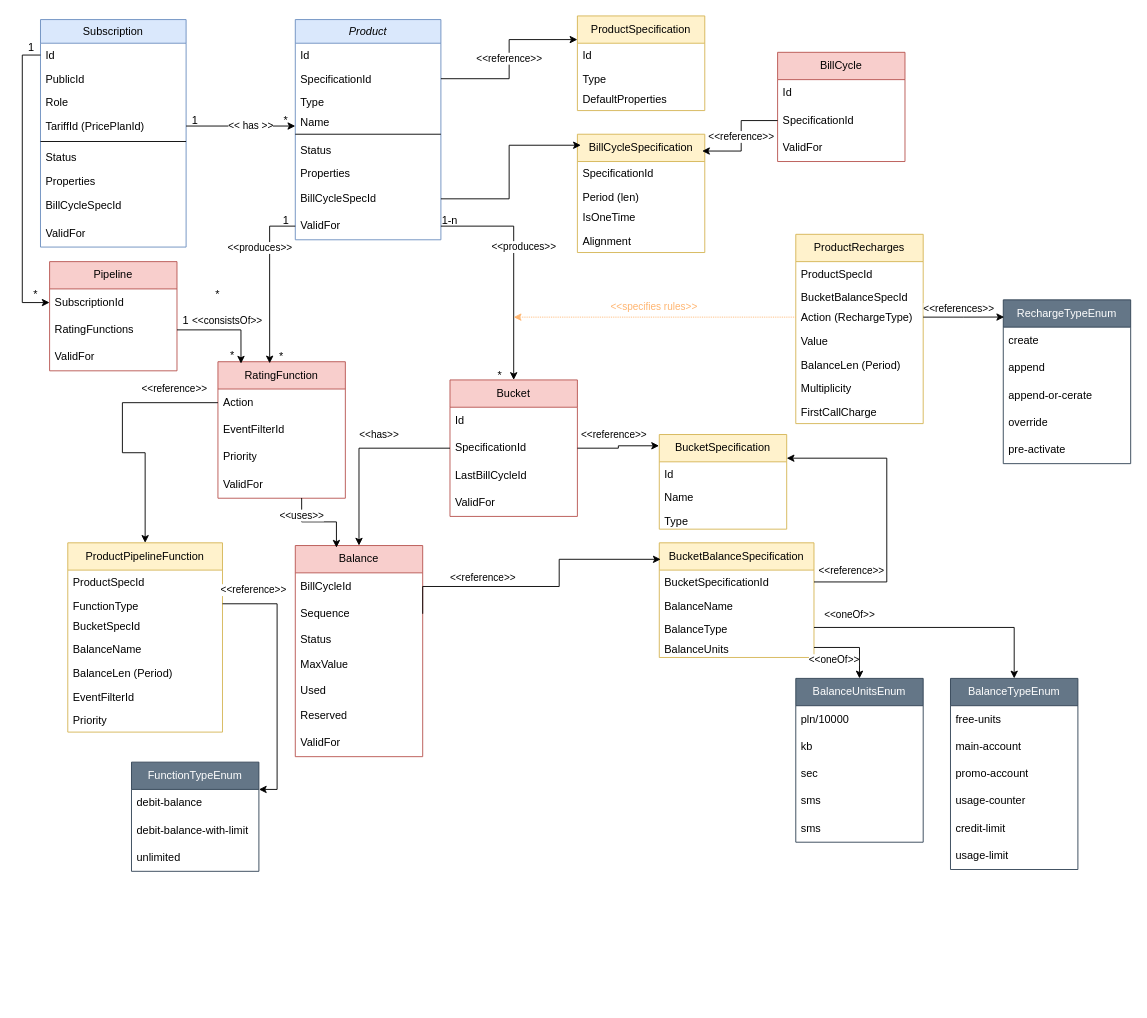
Above: ratemind/Resources.drawio in arturd2/diagrams (draw.io), before the change. Source tidied: cells renumbered, new cells numbered last; positions are measured from the earlier drawing's top-left corner, leaving out a move shared by most shapes. Both pictures are drawn from the tidied source at 91%, with x=0, y=0 at pixel (22, 15).
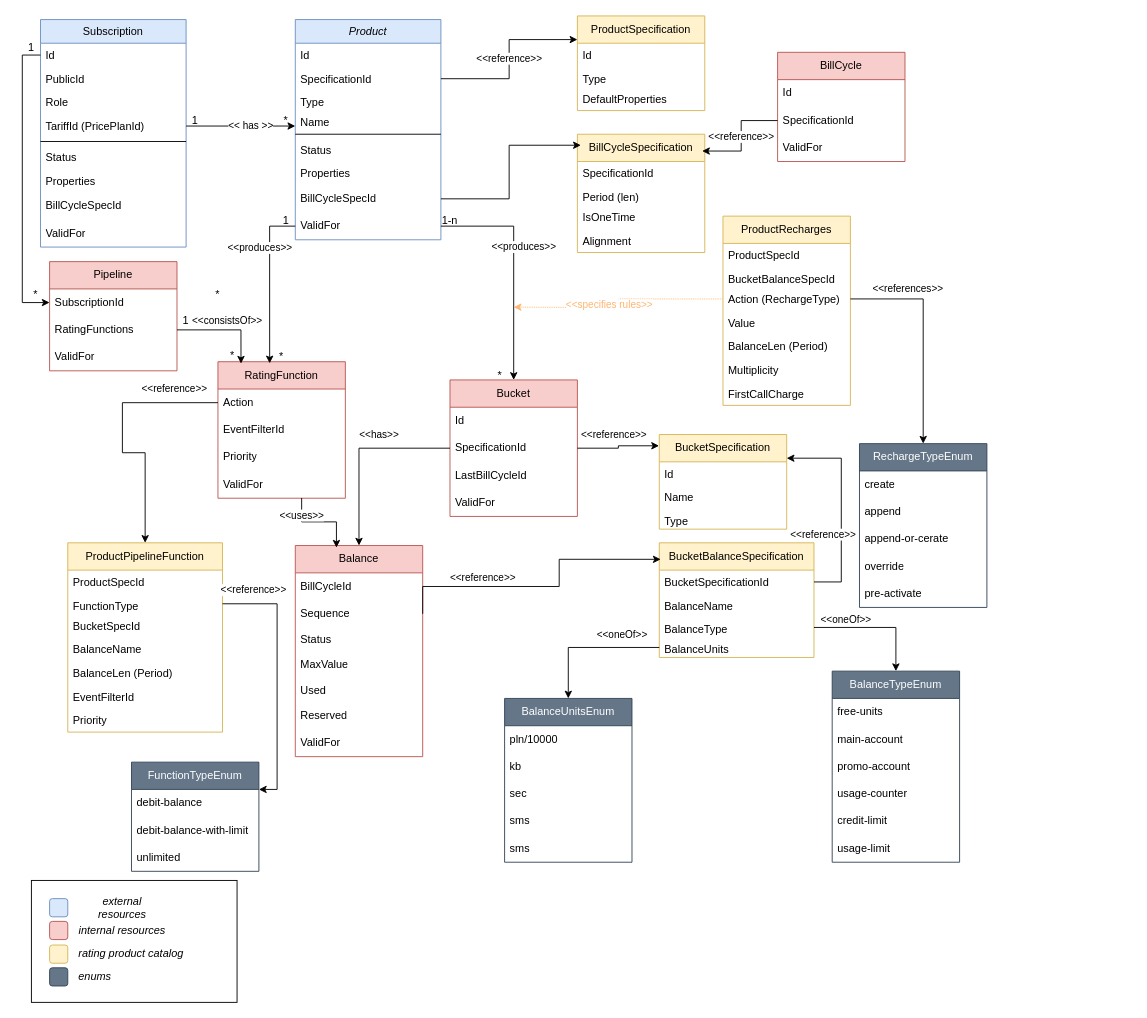
Above is the later version.

The change refers to these unchanged cells:
```xml
<mxCell id="53" value="BucketSpecification" style="swimlane;fontStyle=0;horizontal=1;startSize=30;whiteSpace=wrap;html=1;fillColor=#fff2cc;strokeColor=#d6b656;" parent="1" vertex="1">
  <mxGeometry x="700" y="460" width="140" height="104" as="geometry" />
</mxCell>
<mxCell id="59" value="BucketSpecificationId" style="text;align=left;verticalAlign=top;spacingLeft=4;spacingRight=4;overflow=hidden;points=[[0,0.5],[1,0.5]];portConstraint=eastwest;rounded=0;shadow=0;html=0;" parent="58" vertex="1">
  <mxGeometry y="30" width="170" height="26" as="geometry" />
</mxCell>
<mxCell id="61" value="BalanceType" style="text;align=left;verticalAlign=top;spacingLeft=4;spacingRight=4;overflow=hidden;points=[[0,0.5],[1,0.5]];portConstraint=eastwest;rounded=0;shadow=0;html=0;" parent="58" vertex="1">
  <mxGeometry y="82" width="170" height="22" as="geometry" />
</mxCell>
<mxCell id="62" value="BalanceUnits" style="text;align=left;verticalAlign=top;spacingLeft=4;spacingRight=4;overflow=hidden;points=[[0,0.5],[1,0.5]];portConstraint=eastwest;rounded=0;shadow=0;html=0;" parent="58" vertex="1">
  <mxGeometry y="104" width="170" height="22" as="geometry" />
</mxCell>
<mxCell id="96" value="Action (RechargeType)" style="text;align=left;verticalAlign=top;spacingLeft=4;spacingRight=4;overflow=hidden;points=[[0,0.5],[1,0.5]];portConstraint=eastwest;rounded=0;shadow=0;html=0;" parent="92" vertex="1">
  <mxGeometry y="78" width="140" height="26" as="geometry" />
</mxCell>
```

Diff of the diagram source:
```diff
@@
     <mxCell id="63" value="&amp;lt;&amp;lt;reference&amp;gt;&amp;gt;" style="edgeStyle=orthogonalEdgeStyle;rounded=0;jettySize=auto;html=1;exitX=1;exitY=0.5;exitDx=0;exitDy=0;entryX=1;entryY=0.25;entryDx=0;entryDy=0;" parent="1" edge="1" source="59" target="53">
-      <mxGeometry x="-0.75" y="12" relative="1" as="geometry">
+      <mxGeometry x="-0.27" y="20" relative="1" as="geometry">
         <Array as="points">
-          <mxPoint x="950" y="622" />
-          <mxPoint x="950" y="486" />
+          <mxPoint x="900" y="622" />
+          <mxPoint x="900" y="486" />
         </Array>
       </mxGeometry>
     </mxCell>
@@
     <mxCell id="66" value="BalanceTypeEnum" style="swimlane;fontStyle=0;horizontal=1;startSize=30;whiteSpace=wrap;html=1;fillColor=#647687;strokeColor=#314354;fontColor=#ffffff;" parent="1" vertex="1">
-      <mxGeometry x="1020" y="728" width="140" height="210" as="geometry" />
+      <mxGeometry x="890" y="720" width="140" height="210" as="geometry" />
     </mxCell>
@@
     <mxCell id="73" value="&amp;lt;&amp;lt;oneOf&amp;gt;&amp;gt;" style="edgeStyle=orthogonalEdgeStyle;rounded=0;jettySize=auto;html=1;entryX=0.5;entryY=0;entryDx=0;entryDy=0;" parent="1" edge="1" source="61" target="66">
-      <mxGeometry x="-0.72" y="14" relative="1" as="geometry">
+      <mxGeometry x="-0.49" y="8" relative="1" as="geometry">
         <Array as="points">
-          <mxPoint x="1090" y="672" />
+          <mxPoint x="960" y="672" />
         </Array>
       </mxGeometry>
     </mxCell>
     <mxCell id="74" value="BalanceUnitsEnum" style="swimlane;fontStyle=0;horizontal=1;startSize=30;whiteSpace=wrap;html=1;fillColor=#647687;strokeColor=#314354;fontColor=#ffffff;" parent="1" vertex="1">
-      <mxGeometry x="850" y="728" width="140" height="180" as="geometry" />
+      <mxGeometry x="530" y="750" width="140" height="180" as="geometry" />
     </mxCell>
@@
-    <mxCell id="80" value="&amp;lt;&amp;lt;oneOf&amp;gt;&amp;gt;" style="edgeStyle=orthogonalEdgeStyle;rounded=0;jettySize=auto;html=1;exitX=1;exitY=0.5;exitDx=0;exitDy=0;" parent="1" edge="1" source="62" target="74">
+    <mxCell id="80" value="&amp;lt;&amp;lt;oneOf&amp;gt;&amp;gt;" style="edgeStyle=orthogonalEdgeStyle;rounded=0;jettySize=auto;html=1;exitX=0;exitY=0.5;exitDx=0;exitDy=0;" parent="1" edge="1" source="62" target="74">
       <mxGeometry x="-0.48" y="-14" relative="1" as="geometry" />
     </mxCell>
@@
     <mxCell id="92" value="ProductRecharges" style="swimlane;fontStyle=0;horizontal=1;startSize=30;whiteSpace=wrap;html=1;fillColor=#fff2cc;strokeColor=#d6b656;" parent="1" vertex="1">
-      <mxGeometry x="850" y="240" width="140" height="208" as="geometry" />
+      <mxGeometry x="770" y="220" width="140" height="208" as="geometry" />
     </mxCell>
     <mxCell id="93" value="&amp;lt;&amp;lt;specifies rules&amp;gt;&amp;gt;" style="edgeStyle=orthogonalEdgeStyle;rounded=0;jettySize=auto;html=1;exitX=0;exitY=0.5;exitDx=0;exitDy=0;fillColor=#e3c800;strokeColor=#FFB570;fontColor=#FFB570;dashed=1;dashPattern=1 1;" parent="92" edge="1" source="96">
       <mxGeometry x="0.01" y="-11" relative="1" as="geometry">
-        <mxPoint x="-310" y="91" as="targetPoint" />
+        <mxPoint x="-230" y="100" as="targetPoint" />
       </mxGeometry>
     </mxCell>
@@
     <mxCell id="101" value="RechargeTypeEnum" style="swimlane;fontStyle=0;horizontal=1;startSize=30;whiteSpace=wrap;html=1;fillColor=#647687;strokeColor=#314354;fontColor=#ffffff;" parent="1" vertex="1">
-      <mxGeometry x="1078" y="312" width="140" height="180" as="geometry" />
+      <mxGeometry x="920" y="470" width="140" height="180" as="geometry" />
     </mxCell>
@@
-    <mxCell id="107" value="&amp;lt;&amp;lt;references&amp;gt;&amp;gt;" style="edgeStyle=orthogonalEdgeStyle;rounded=0;jettySize=auto;html=1;exitX=1;exitY=0.5;exitDx=0;exitDy=0;entryX=0.007;entryY=0.105;entryDx=0;entryDy=0;entryPerimeter=0;" parent="1" edge="1" source="96" target="101">
-      <mxGeometry x="0.01" y="10" relative="1" as="geometry">
-        <mxPoint x="-6" y="1" as="offset" />
-      </mxGeometry>
+    <mxCell id="107" value="&amp;lt;&amp;lt;references&amp;gt;&amp;gt;" style="edgeStyle=orthogonalEdgeStyle;rounded=0;jettySize=auto;html=1;exitX=1;exitY=0.5;exitDx=0;exitDy=0;entryX=0.5;entryY=0;entryDx=0;entryDy=0;" parent="1" edge="1" source="96" target="101">
+      <mxGeometry x="-0.47" y="11" relative="1" as="geometry" />
     </mxCell>
@@
+    <mxCell id="135" style="rounded=0;whiteSpace=wrap;html=1;" parent="1" vertex="1">
+      <mxGeometry x="10" y="950" width="226" height="134" as="geometry" />
+    </mxCell>
+    <mxCell id="136" style="rounded=1;whiteSpace=wrap;html=1;fillColor=#dae8fc;strokeColor=#6c8ebf;" parent="1" vertex="1">
+      <mxGeometry x="30" y="970" width="20" height="20" as="geometry" />
+    </mxCell>
+    <mxCell id="137" value="external resources" style="text;html=1;whiteSpace=wrap;strokeColor=none;fillColor=none;align=center;verticalAlign=middle;rounded=0;fontStyle=2;" parent="1" vertex="1">
+      <mxGeometry x="60" y="965" width="100" height="30" as="geometry" />
+    </mxCell>
+    <mxCell id="138" style="rounded=1;whiteSpace=wrap;html=1;fillColor=#f8cecc;strokeColor=#b85450;" parent="1" vertex="1">
+      <mxGeometry x="30" y="995" width="20" height="20" as="geometry" />
+    </mxCell>
+    <mxCell id="139" value="internal resources" style="text;html=1;whiteSpace=wrap;strokeColor=none;fillColor=none;align=center;verticalAlign=middle;rounded=0;fontStyle=2;" parent="1" vertex="1">
+      <mxGeometry x="60" y="990" width="100" height="30" as="geometry" />
+    </mxCell>
+    <mxCell id="140" style="rounded=1;whiteSpace=wrap;html=1;fillColor=#fff2cc;strokeColor=#d6b656;" parent="1" vertex="1">
+      <mxGeometry x="30" y="1021" width="20" height="20" as="geometry" />
+    </mxCell>
+    <mxCell id="141" value="rating product catalog" style="text;html=1;whiteSpace=wrap;strokeColor=none;fillColor=none;align=left;verticalAlign=middle;rounded=0;fontStyle=2;" parent="1" vertex="1">
+      <mxGeometry x="60" y="1016" width="180" height="30" as="geometry" />
+    </mxCell>
+    <mxCell id="142" style="rounded=1;whiteSpace=wrap;html=1;fillColor=#647687;strokeColor=#314354;fontColor=#ffffff;" parent="1" vertex="1">
+      <mxGeometry x="30" y="1046" width="20" height="20" as="geometry" />
+    </mxCell>
+    <mxCell id="143" value="enums" style="text;html=1;whiteSpace=wrap;strokeColor=none;fillColor=none;align=left;verticalAlign=middle;rounded=0;fontStyle=2;" parent="1" vertex="1">
+      <mxGeometry x="60" y="1041" width="100" height="30" as="geometry" />
+    </mxCell>
```
